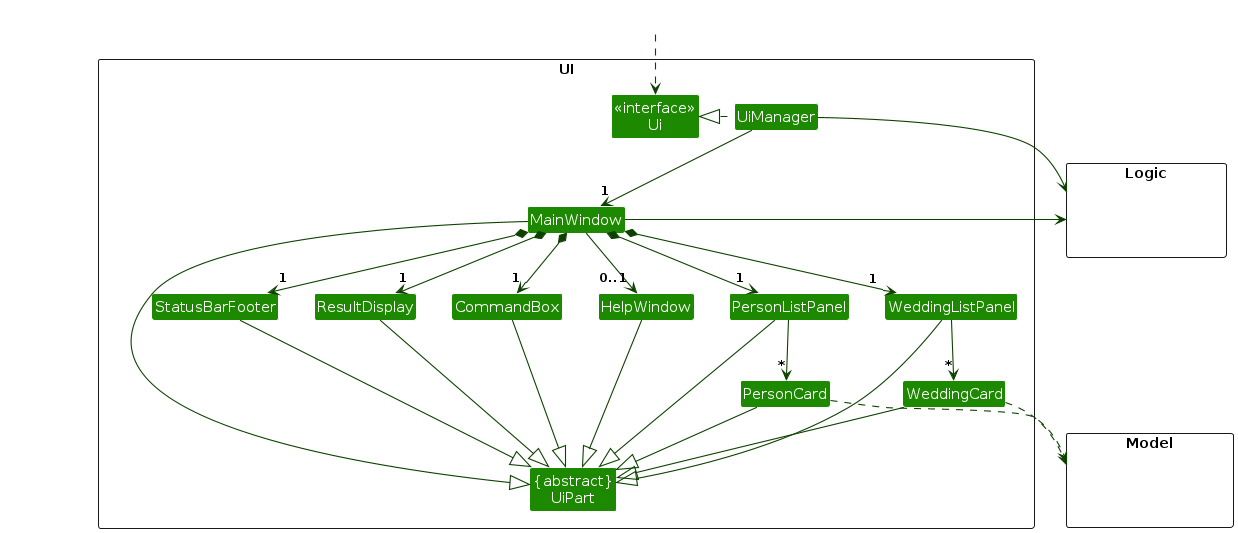
The PlantUML diagram diagrams/UiClassDiagram.png in AY2425S1-CS2103T-T12-2/tp, before a commit. Its source is kept beside it as diagrams/UiClassDiagram.puml.
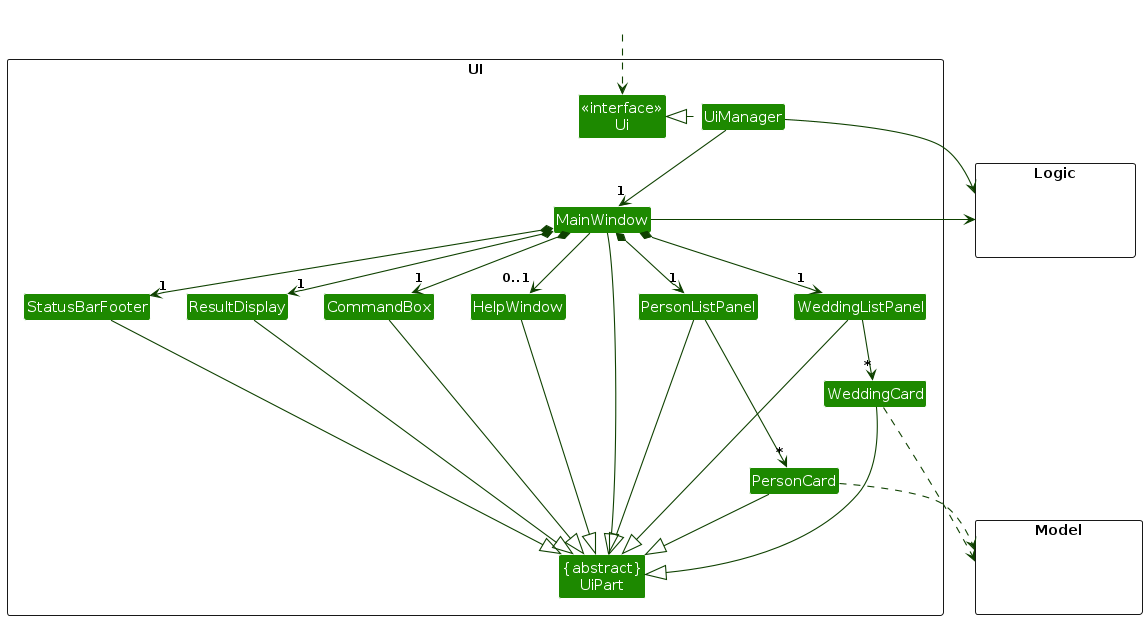
The same diagram one commit later.

Diff of the diagram source:
```diff
@@ -19,16 +19,16 @@
 Class CommandBox
 }
 
-package Model <<Rectangle>> {
-Class HiddenModel #FFFFFF
-}
+Class HiddenOutside #FFFFFF
+HiddenOutside ..> Ui
 
 package Logic <<Rectangle>> {
 Class HiddenLogic #FFFFFF
 }
 
-Class HiddenOutside #FFFFFF
-HiddenOutside ..> Ui
+package Model <<Rectangle>> {
+Class HiddenModel #FFFFFF
+}
 
 UiManager .left.|> Ui
 UiManager -down-> "1" MainWindow
@@ -49,14 +49,14 @@
 PersonListPanel --|> UiPart
 PersonCard --|> UiPart
 WeddingListPanel --|> UiPart
-WeddingCard --|> UiPart
+WeddingCard ---|> UiPart
 StatusBarFooter --|> UiPart
 HelpWindow --|> UiPart
 
 PersonCard ..> Model
 WeddingCard ..> Model
 UiManager -right-> Logic
-MainWindow -left-> Logic
+MainWindow -right-> Logic
 
 WeddingListPanel -[hidden]left- PersonListPanel
 PersonListPanel -[hidden]left- HelpWindow
```
